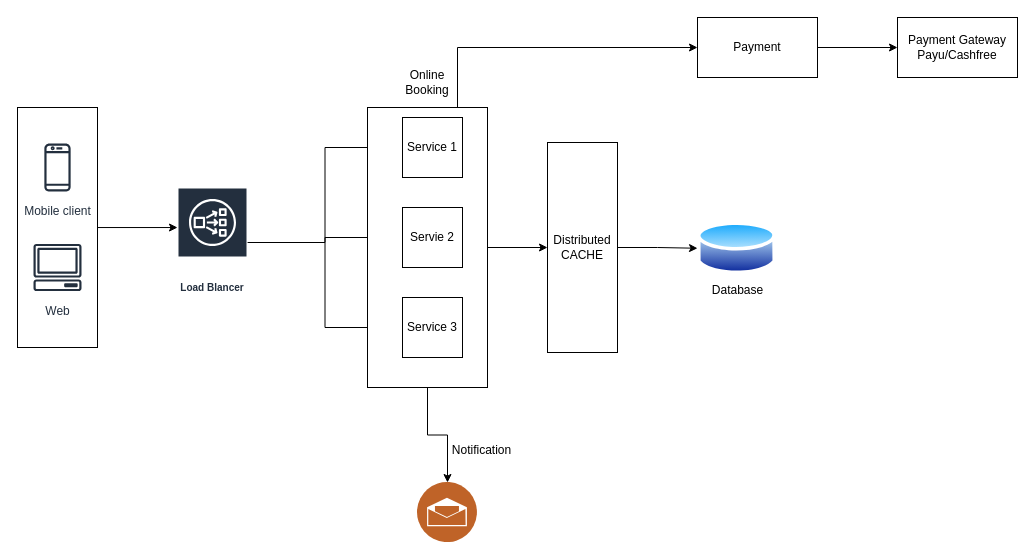
The draw.io diagram online-booking-hld.drawio in k2thegreat/online-booking, before the edit. Source tidied: cells renumbered, new cells numbered last; positions are measured from the earlier drawing's top-left corner, leaving out a move shared by most shapes. Both pictures are drawn from the tidied source at 100%, with x=0, y=0 at pixel (17, 17).
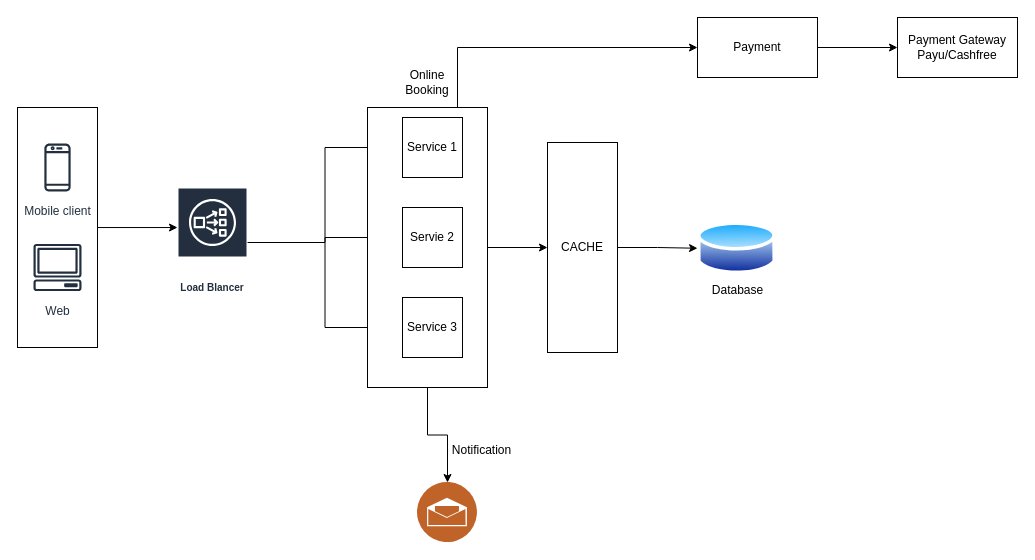
The same page after the edit.

Change to the diagram source:
```diff
@@
-    <mxCell id="21" value="Distributed&lt;br&gt;CACHE" style="rounded=0;whiteSpace=wrap;html=1;" parent="1" vertex="1">
+    <mxCell id="21" value="CACHE" style="rounded=0;whiteSpace=wrap;html=1;" parent="1" vertex="1">
       <mxGeometry x="530" y="125" width="70" height="210" as="geometry" />
     </mxCell>
```
